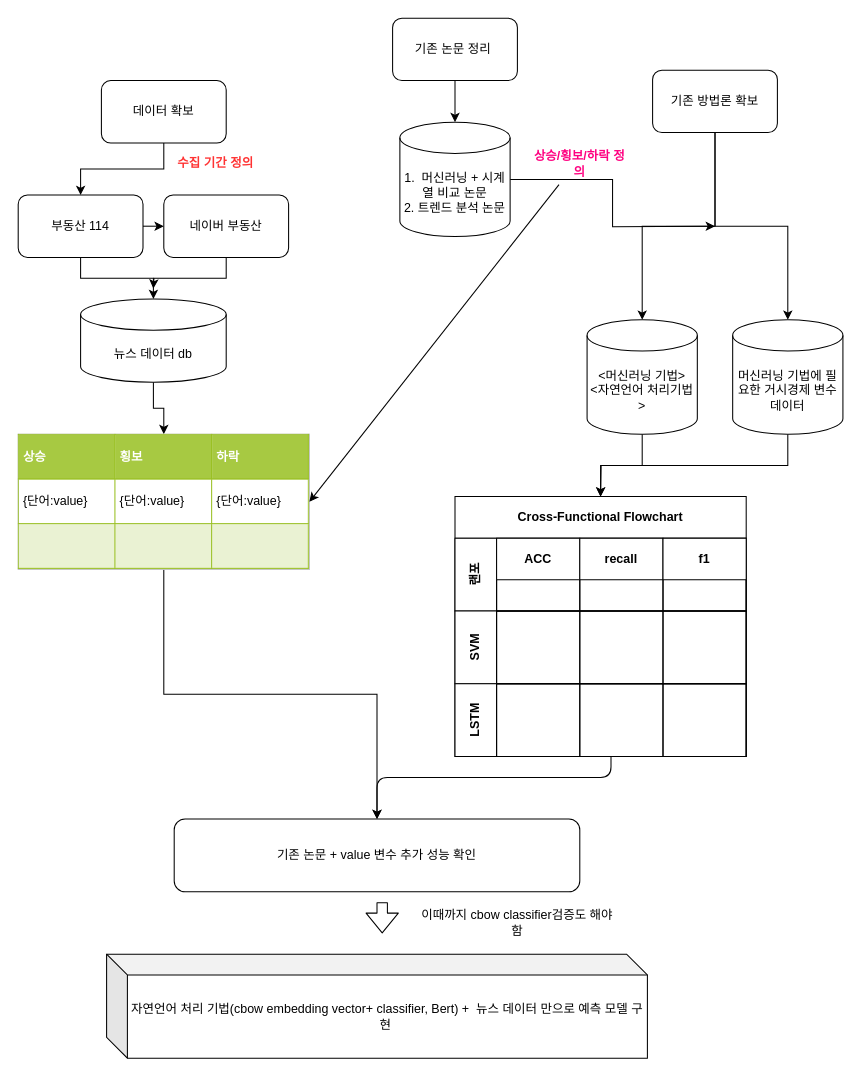
This is Untitled Diagram.drawio from jinwooahnKHU/2021_1_real_estate_project, a draw.io file, before an edit. Source tidied: cells renumbered, new cells numbered last; positions are measured from the earlier drawing's top-left corner, leaving out a move shared by most shapes. Both pictures are drawn from the tidied source at 104%, with x=0, y=0 at pixel (18, 18).
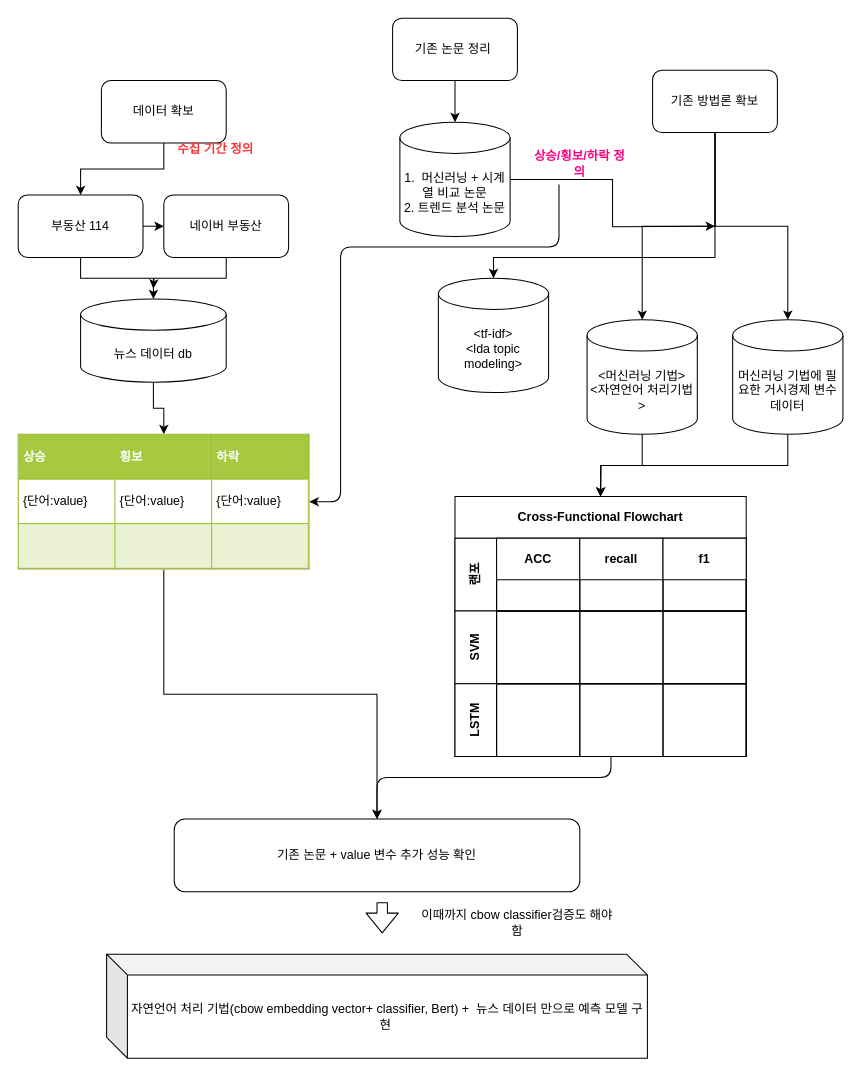
The same page after the edit.

Unchanged cells that the change refers to:
```xml
<mxCell id="8" value="기존 방법론 확보" style="rounded=1;whiteSpace=wrap;html=1;" parent="1" vertex="1">
  <mxGeometry x="610" y="50" width="120" height="60" as="geometry" />
</mxCell>
<mxCell id="36" value="&lt;table border=&quot;1&quot; width=&quot;100%&quot; cellpadding=&quot;4&quot; style=&quot;width: 100% ; height: 100% ; border-collapse: collapse&quot;&gt;&lt;tbody&gt;&lt;tr style=&quot;background-color: #a7c942 ; color: #ffffff ; border: 1px solid #98bf21&quot;&gt;&lt;th align=&quot;left&quot;&gt;상승&lt;/th&gt;&lt;th align=&quot;left&quot;&gt;횡보&lt;/th&gt;&lt;th align=&quot;left&quot;&gt;하락&lt;/th&gt;&lt;/tr&gt;&lt;tr style=&quot;border: 1px solid #98bf21&quot;&gt;&lt;td&gt;{단어:value}&lt;/td&gt;&lt;td&gt;{단어:value}&lt;/td&gt;&lt;td&gt;{단어:value}&lt;/td&gt;&lt;/tr&gt;&lt;tr style=&quot;background-color: #eaf2d3 ; border: 1px solid #98bf21&quot;&gt;&lt;td&gt;&lt;br&gt;&lt;/td&gt;&lt;td&gt;&lt;/td&gt;&lt;td&gt;&lt;/td&gt;&lt;/tr&gt;&lt;/tbody&gt;&lt;/table&gt;" style="text;html=1;strokeColor=#c0c0c0;fillColor=#ffffff;overflow=fill;rounded=0;" parent="1" vertex="1">
  <mxGeometry y="400" width="280" height="130" as="geometry" />
</mxCell>
```

Diff of the diagram source:
```diff
@@
+    <mxCell id="45" style="edgeStyle=orthogonalEdgeStyle;rounded=0;jettySize=auto;html=1;exitX=0.5;exitY=1;exitDx=0;exitDy=0;" parent="1" edge="1" source="8" target="46">
+      <mxGeometry relative="1" as="geometry">
+        <Array as="points">
+          <mxPoint x="670" y="230" />
+          <mxPoint x="457" y="230" />
+        </Array>
+      </mxGeometry>
+    </mxCell>
@@
     <mxCell id="38" style="endArrow=classic;html=1;entryX=1;entryY=0.5;entryDx=0;entryDy=0;" parent="1" edge="1" target="36">
       <mxGeometry relative="1" as="geometry">
         <mxPoint x="520" y="160" as="sourcePoint" />
+        <Array as="points">
+          <mxPoint x="520" y="220" />
+          <mxPoint x="310" y="220" />
+          <mxPoint x="310" y="465" />
+        </Array>
       </mxGeometry>
     </mxCell>
@@
-    <mxCell id="44" value="&lt;b&gt;&lt;font color=&quot;#ff3333&quot;&gt;수집 기간 정의&lt;/font&gt;&lt;/b&gt;" style="text;html=1;strokeColor=none;fillColor=none;align=center;verticalAlign=middle;whiteSpace=wrap;rounded=0;" parent="1" vertex="1">
+    <mxCell id="44" value="&lt;b&gt;&lt;font color=&quot;#ff3333&quot;&gt;수집 기간 정의&lt;br&gt;&lt;br&gt;&lt;br&gt;&lt;/font&gt;&lt;/b&gt;" style="text;html=1;strokeColor=none;fillColor=none;align=center;verticalAlign=middle;whiteSpace=wrap;rounded=0;" parent="1" vertex="1">
       <mxGeometry x="150" y="130" width="80" height="20" as="geometry" />
     </mxCell>
+    <mxCell id="46" value="&amp;lt;tf-idf&amp;gt;&lt;br&gt;&amp;lt;lda topic modeling&amp;gt;" style="shape=cylinder3;whiteSpace=wrap;html=1;boundedLbl=1;backgroundOutline=1;size=15;" parent="1" vertex="1">
+      <mxGeometry x="404" y="250" width="106" height="110" as="geometry" />
+    </mxCell>
```
